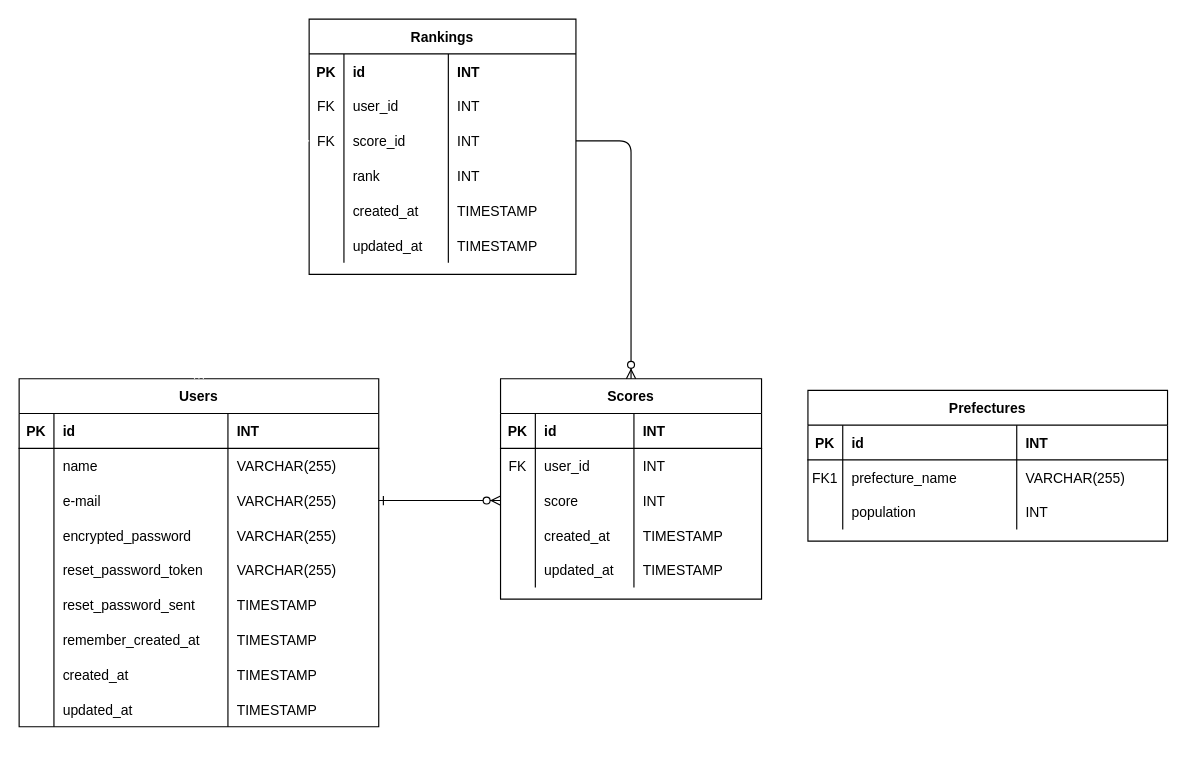
The draw.io diagram PPP.drawio in uedaMasaya/Population-Pop-Puzzle, before the edit. Source tidied: cells renumbered, new cells numbered last; positions are measured from the earlier drawing's top-left corner, leaving out a move shared by most shapes. Both pictures are drawn from the tidied source at 116%, with x=0, y=0 at pixel (19, 19).
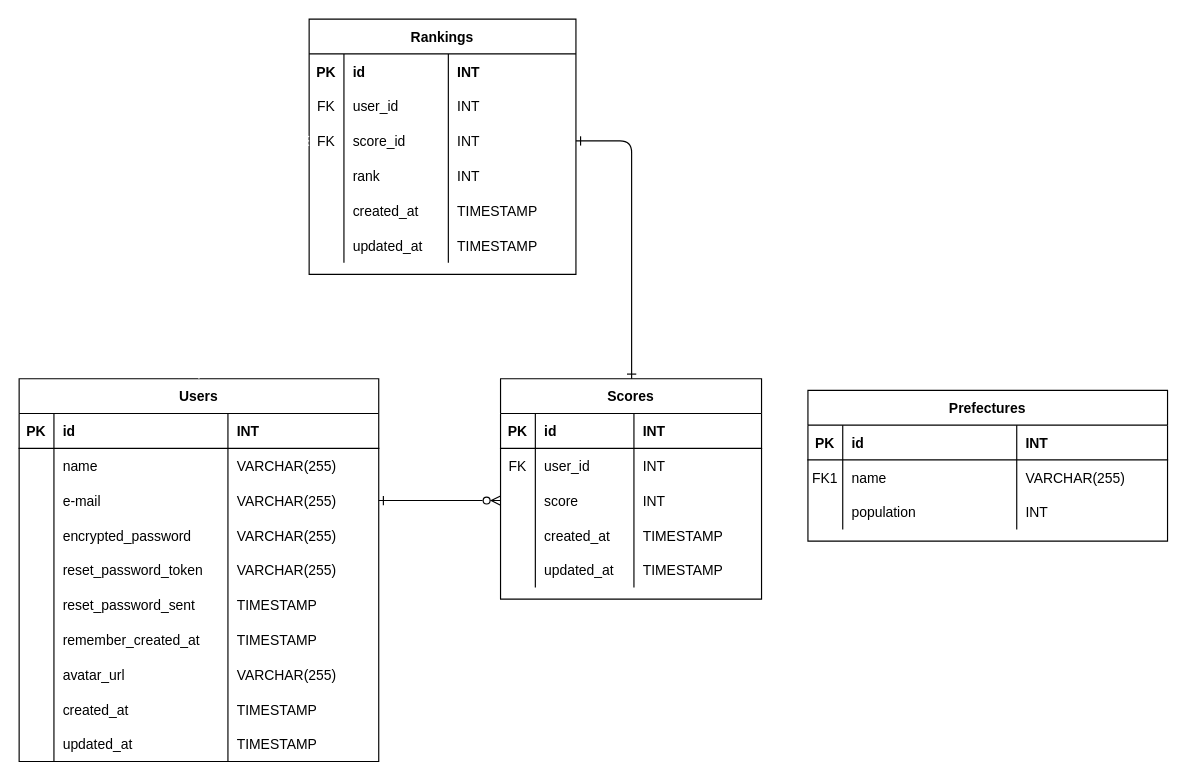
The same diagram, later.

The change refers to these unchanged cells:
```xml
<mxCell id="3" value="Scores" style="shape=table;startSize=30;childLayout=tableLayout;rowLines=0;fontStyle=1;align=center;" parent="1" vertex="1">
  <mxGeometry x="415" y="310" width="225" height="190" as="geometry" />
</mxCell>
<mxCell id="12" style="shape=partialRectangle;fillColor=none;points=[[0,0.5],[1,0.5]];portConstraint=eastwest;top=0;left=0;right=0;bottom=0;" parent="3" vertex="1">
  <mxGeometry y="90" width="225" height="30" as="geometry" />
</mxCell>
<mxCell id="29" style="shape=partialRectangle;fillColor=none;top=0;left=0;right=0;bottom=0;" parent="24" vertex="1">
  <mxGeometry y="60" width="310" height="30" as="geometry" />
</mxCell>
<mxCell id="46" style="shape=partialRectangle;fillColor=none;points=[[0,0.5],[1,0.5]];portConstraint=eastwest;top=0;left=0;right=0;bottom=0;" parent="37" vertex="1">
  <mxGeometry y="90" width="310" height="30" as="geometry" />
</mxCell>
<mxCell id="83" style="shape=partialRectangle;fillColor=none;points=[[0,0.5],[1,0.5]];portConstraint=eastwest;top=0;left=0;right=0;bottom=0;" parent="74" vertex="1">
  <mxGeometry y="90" width="230" height="30" as="geometry" />
</mxCell>
```

Change to the diagram source:
```diff
@@
-    <mxCell id="2" style="endArrow=ERzeroToMany;startArrow=ERone;endFill=1;startFill=0;entryX=0;entryY=0.5;entryDx=0;entryDy=0;exitX=1;exitY=0.5;exitDx=0;exitDy=0;" parent="1" edge="1" source="46" target="12">
+    <mxCell id="2" style="endArrow=ERzeroToMany;startArrow=ERone;endFill=0;startFill=0;entryX=0;entryY=0.5;entryDx=0;entryDy=0;exitX=1;exitY=0.5;exitDx=0;exitDy=0;" parent="1" edge="1" source="46" target="12">
       <mxGeometry relative="1" as="geometry" />
     </mxCell>
@@
-    <mxCell id="31" value="prefecture_name" style="shape=partialRectangle;overflow=hidden;fillColor=none;top=0;left=0;bottom=0;right=0;align=left;spacingLeft=6;" parent="29" vertex="1">
+    <mxCell id="31" value="name" style="shape=partialRectangle;overflow=hidden;fillColor=none;top=0;left=0;bottom=0;right=0;align=left;spacingLeft=6;" parent="29" vertex="1">
       <mxGeometry x="30" width="150" height="30" as="geometry" />
     </mxCell>
@@
     <mxCell id="37" value="Users" style="shape=table;startSize=30;childLayout=tableLayout;rowLines=0;fontStyle=1;align=center;" parent="1" vertex="1">
-      <mxGeometry y="310" width="310" height="300" as="geometry" />
+      <mxGeometry y="310" width="310" height="330" as="geometry" />
     </mxCell>
@@
+    <mxCell id="101" style="shape=partialRectangle;fillColor=none;top=0;left=0;right=0;bottom=0;" parent="37" vertex="1">
+      <mxGeometry y="240" width="310" height="30" as="geometry" />
+    </mxCell>
+    <mxCell id="102" style="shape=partialRectangle;overflow=hidden;fillColor=none;top=0;left=0;bottom=0;right=0;" parent="101" vertex="1">
+      <mxGeometry width="30" height="30" as="geometry" />
+    </mxCell>
+    <mxCell id="103" value="avatar_url" style="shape=partialRectangle;overflow=hidden;fillColor=none;top=0;left=0;bottom=0;right=0;align=left;spacingLeft=6;" parent="101" vertex="1">
+      <mxGeometry x="30" width="150" height="30" as="geometry" />
+    </mxCell>
+    <mxCell id="104" value="VARCHAR(255)" style="shape=partialRectangle;overflow=hidden;fillColor=none;top=0;left=0;bottom=0;right=0;align=left;spacingLeft=6;" parent="101" vertex="1">
+      <mxGeometry x="180" width="130" height="30" as="geometry" />
+    </mxCell>
     <mxCell id="66" style="shape=partialRectangle;fillColor=none;top=0;left=0;right=0;bottom=0;" parent="37" vertex="1">
-      <mxGeometry y="240" width="310" height="30" as="geometry" />
+      <mxGeometry y="270" width="310" height="30" as="geometry" />
     </mxCell>
@@
     <mxCell id="70" style="shape=partialRectangle;fillColor=none;top=0;left=0;right=0;bottom=0;" parent="37" vertex="1">
-      <mxGeometry y="270" width="310" height="30" as="geometry" />
+      <mxGeometry y="300" width="310" height="30" as="geometry" />
     </mxCell>
@@
-    <mxCell id="99" style="edgeStyle=orthogonalEdgeStyle;fontSize=12;html=1;endArrow=ERzeroToMany;endFill=1;exitX=1;exitY=0.5;exitDx=0;exitDy=0;entryX=0.5;entryY=0;entryDx=0;entryDy=0;" parent="1" edge="1" source="83" target="3">
-      <mxGeometry relative="1" as="geometry" />
+    <mxCell id="99" style="edgeStyle=orthogonalEdgeStyle;fontSize=12;html=1;endArrow=ERone;endFill=0;exitX=1;exitY=0.5;exitDx=0;exitDy=0;startFill=0;startArrow=ERone;" parent="1" edge="1" source="83">
+      <mxGeometry relative="1" as="geometry">
+        <mxPoint x="528" y="310" as="targetPoint" />
+        <Array as="points">
+          <mxPoint x="528" y="105" />
+        </Array>
+      </mxGeometry>
     </mxCell>
-    <mxCell id="100" style="edgeStyle=orthogonalEdgeStyle;fontSize=12;html=1;endArrow=ERzeroToMany;endFill=1;strokeColor=#FFFFFF;entryX=0.5;entryY=0;entryDx=0;entryDy=0;exitX=0;exitY=0.5;exitDx=0;exitDy=0;rounded=1;" parent="1" edge="1" source="83" target="37">
+    <mxCell id="100" style="edgeStyle=orthogonalEdgeStyle;fontSize=12;html=1;endArrow=ERone;endFill=0;strokeColor=#FFFFFF;entryX=0.5;entryY=0;entryDx=0;entryDy=0;exitX=0;exitY=0.5;exitDx=0;exitDy=0;rounded=1;startArrow=ERzeroToMany;startFill=0;" parent="1" edge="1" source="83" target="37">
       <mxGeometry relative="1" as="geometry" />
     </mxCell>
```
